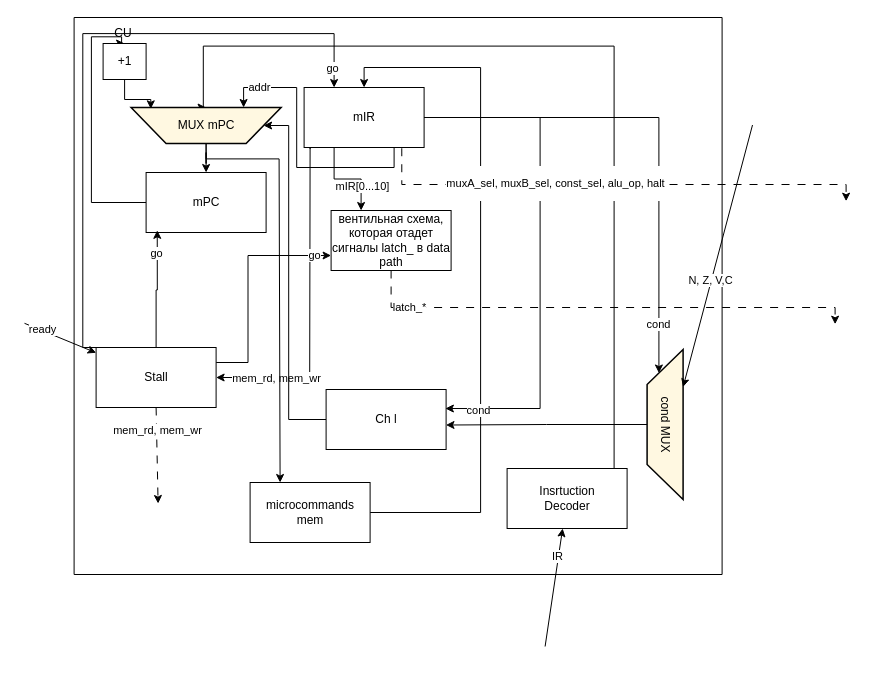
MKoblents/mz keeps this draw.io diagram as page "Page-2" (2 of 2) of docs/scheme.drawio. Above is the earlier version. Source tidied: cells renumbered, new cells numbered last; positions are measured from the earlier drawing's top-left corner, leaving out a move shared by most shapes. Both pictures are drawn from the tidied source at 100%, with x=0, y=0 at pixel (24, 17).
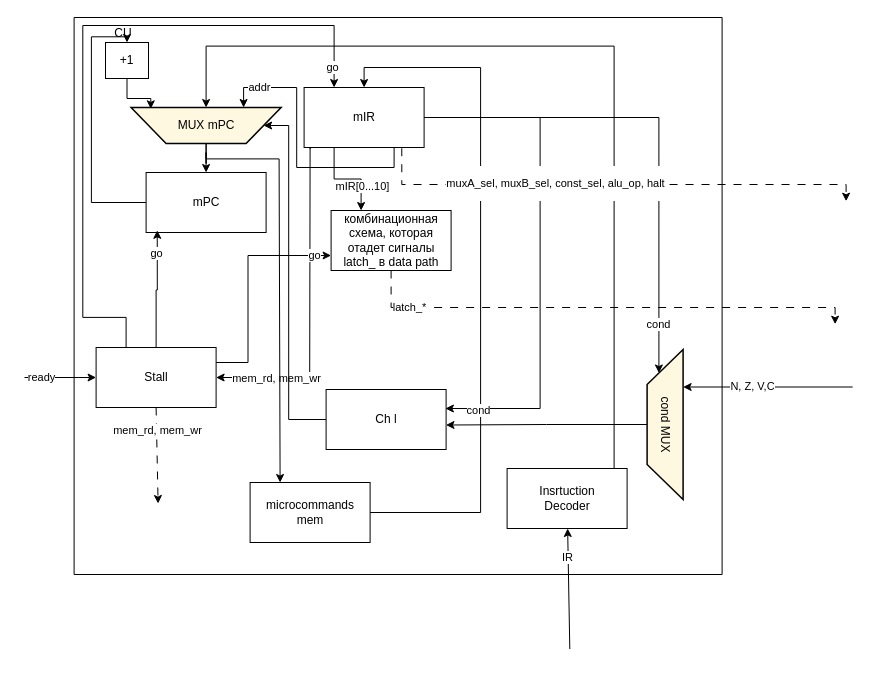
The same page after the edit.

Unchanged cells that the change refers to:
```xml
<mxCell id="2" style="swimlane;startSize=0;" parent="1" vertex="1">
  <mxGeometry x="49.6" width="648" height="557" as="geometry" />
</mxCell>
<mxCell id="4" value="mPC" style="rounded=0;whiteSpace=wrap;html=1;" parent="2" vertex="1">
  <mxGeometry x="72" y="155" width="120" height="60" as="geometry" />
</mxCell>
<mxCell id="13" value="mIR" style="rounded=0;whiteSpace=wrap;html=1;" parent="2" vertex="1">
  <mxGeometry x="230" y="70" width="120" height="60" as="geometry" />
</mxCell>
<mxCell id="15" value="Insrtuction&lt;br&gt;Decoder" style="rounded=0;whiteSpace=wrap;html=1;" parent="2" vertex="1">
  <mxGeometry x="433" y="451" width="120" height="60" as="geometry" />
</mxCell>
<mxCell id="17" value="MUX mPC" style="shape=trapezoid;perimeter=trapezoidPerimeter;whiteSpace=wrap;html=1;fixedSize=1;flipV=1;size=35;fillColor=#FFF8E1;strokeColor=#000000;strokeWidth=1.5;" parent="2" vertex="1">
  <mxGeometry x="57" y="90" width="150" height="36" as="geometry" />
</mxCell>
<mxCell id="21" value="cond MUX" style="shape=trapezoid;perimeter=trapezoidPerimeter;whiteSpace=wrap;html=1;fixedSize=1;flipV=1;size=35;fillColor=#FFF8E1;strokeColor=#000000;strokeWidth=1.5;rotation=90;" parent="2" vertex="1">
  <mxGeometry x="516" y="389" width="150" height="36" as="geometry" />
</mxCell>
<mxCell id="33" value="Stall" style="rounded=0;whiteSpace=wrap;html=1;" parent="2" vertex="1">
  <mxGeometry x="22" y="330" width="120" height="60" as="geometry" />
</mxCell>
```

Change to the diagram source:
```diff
@@
     <mxCell id="3" style="edgeStyle=orthogonalEdgeStyle;rounded=0;jettySize=auto;html=1;entryX=0.5;entryY=0;entryDx=0;entryDy=0;defaultLabelBackgroundColor=page;" parent="2" edge="1" source="4" target="18">
       <mxGeometry x="0.15" relative="1" as="geometry">
         <Array as="points">
           <mxPoint x="17.3" y="185" />
           <mxPoint x="17.3" y="19.3" />
-          <mxPoint x="47.5" y="19.3" />
-          <mxPoint x="47.5" y="26" />
+          <mxPoint x="52.9" y="19.3" />
         </Array>
       </mxGeometry>
     </mxCell>
@@
     <mxCell id="14" style="edgeStyle=orthogonalEdgeStyle;rounded=0;jettySize=auto;html=1;entryX=0.5;entryY=0;entryDx=0;entryDy=0;defaultLabelBackgroundColor=page;" parent="2" edge="1" source="15" target="17">
       <mxGeometry x="-0.09" relative="1" as="geometry">
         <Array as="points">
           <mxPoint x="540" y="28.6" />
-          <mxPoint x="129.2" y="28.6" />
-          <mxPoint x="129.2" y="90" />
+          <mxPoint x="132" y="28.6" />
         </Array>
       </mxGeometry>
     </mxCell>
@@
     <mxCell id="18" value="+1" style="rounded=0;whiteSpace=wrap;html=1;" parent="2" vertex="1">
-      <mxGeometry x="29" y="26" width="43" height="36" as="geometry" />
+      <mxGeometry x="31.4" y="25" width="43" height="36" as="geometry" />
     </mxCell>
@@
     <mxCell id="29" style="edgeStyle=orthogonalEdgeStyle;rounded=0;jettySize=auto;html=1;exitX=0.25;exitY=0;exitDx=0;exitDy=0;entryX=0.25;entryY=0;entryDx=0;entryDy=0;defaultLabelBackgroundColor=page;" parent="2" edge="1" source="33" target="13">
-      <mxGeometry x="-0.12" relative="1" as="geometry">
+      <mxGeometry x="-0.14" relative="1" as="geometry">
         <Array as="points">
-          <mxPoint x="8.7" y="330" />
-          <mxPoint x="8.7" y="16.1" />
-          <mxPoint x="260" y="16.1" />
+          <mxPoint x="52" y="299.9" />
+          <mxPoint x="8.7" y="299.9" />
+          <mxPoint x="8.7" y="8" />
+          <mxPoint x="260" y="8" />
         </Array>
       </mxGeometry>
     </mxCell>
@@
-    <mxCell id="36" value="вентильная схема, которая отадет сигналы latch_ в data path" style="rounded=0;whiteSpace=wrap;html=1;" parent="2" vertex="1">
+    <mxCell id="36" value="комбинационная схема, которая отадет сигналы latch_ в data path" style="rounded=0;whiteSpace=wrap;html=1;" parent="2" vertex="1">
       <mxGeometry x="257" y="193" width="120" height="60" as="geometry" />
     </mxCell>
@@
     <mxCell id="43" style="endArrow=classic;html=1;rounded=0;defaultLabelBackgroundColor=page;" parent="1" edge="1" target="15">
       <mxGeometry relative="1" as="geometry">
-        <mxPoint x="520.6" y="629" as="sourcePoint" />
+        <mxPoint x="545.3" y="631.6" as="sourcePoint" />
       </mxGeometry>
     </mxCell>
@@
     <mxCell id="45" style="endArrow=classic;html=1;rounded=0;defaultLabelBackgroundColor=page;entryX=0.25;entryY=0;entryDx=0;entryDy=0;" parent="1" edge="1" target="21">
       <mxGeometry relative="1" as="geometry">
-        <mxPoint x="728" y="107.5" as="sourcePoint" />
+        <mxPoint x="828.2" y="369.5" as="sourcePoint" />
       </mxGeometry>
     </mxCell>
@@
     <mxCell id="47" style="endArrow=classic;html=1;rounded=0;defaultLabelBackgroundColor=page;" parent="1" edge="1" target="33">
       <mxGeometry relative="1" as="geometry">
-        <mxPoint y="305.8" as="sourcePoint" />
+        <mxPoint y="360" as="sourcePoint" />
       </mxGeometry>
     </mxCell>
```
